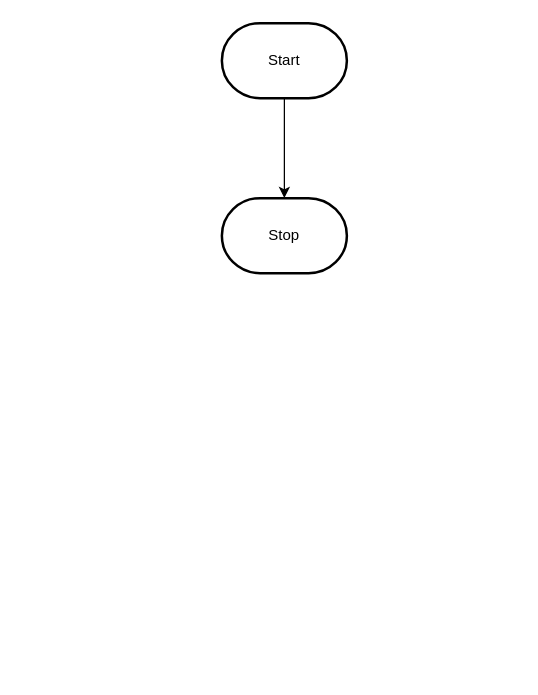
Before: design/flowchart.drawio in MTHS-ICD2O-1-2023/ICD2O-Unit-5-06-pablo-fiallos-granados, a draw.io diagram. Source tidied: cells renumbered, new cells numbered last; positions are measured from the earlier drawing's top-left corner, leaving out a move shared by most shapes. Both pictures are drawn from the tidied source at 125%, with x=0, y=0 at pixel (221, 22).
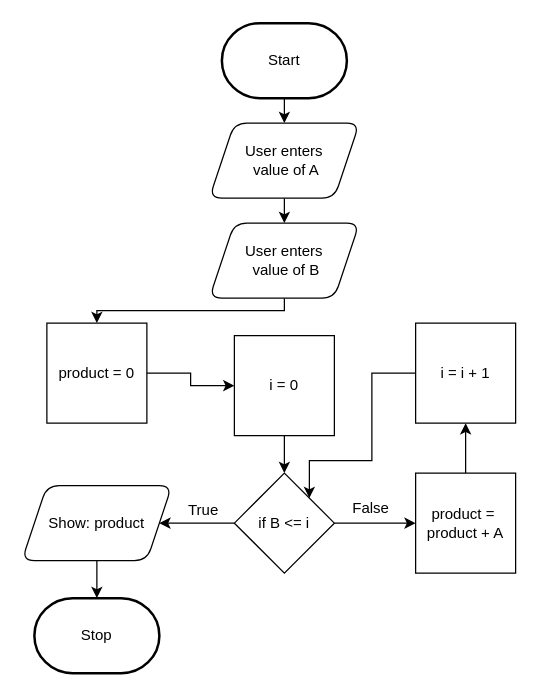
After the change.

Unchanged cells that the change refers to:
```xml
<mxCell id="3" value="Start" style="strokeWidth=2;html=1;shape=mxgraph.flowchart.terminator;whiteSpace=wrap;" parent="1" vertex="1">
  <mxGeometry width="100" height="60" as="geometry" />
</mxCell>
```

What changed in the source:
```diff
@@
-    <mxCell id="2" style="edgeStyle=orthogonalEdgeStyle;html=1;rounded=0;" parent="1" edge="1" source="3" target="4">
+    <mxCell id="2" style="edgeStyle=orthogonalEdgeStyle;html=1;rounded=0;entryX=0.5;entryY=0;entryDx=0;entryDy=0;" parent="1" edge="1" source="3" target="6">
       <mxGeometry relative="1" as="geometry" />
     </mxCell>
@@
     <mxCell id="4" value="Stop" style="strokeWidth=2;html=1;shape=mxgraph.flowchart.terminator;whiteSpace=wrap;" parent="1" vertex="1">
-      <mxGeometry y="140" width="100" height="60" as="geometry" />
+      <mxGeometry x="-150" y="460" width="100" height="60" as="geometry" />
     </mxCell>
+    <mxCell id="5" style="edgeStyle=none;html=1;exitX=0.5;exitY=1;exitDx=0;exitDy=0;entryX=0.5;entryY=0;entryDx=0;entryDy=0;" parent="1" edge="1" source="6" target="8">
+      <mxGeometry relative="1" as="geometry" />
+    </mxCell>
+    <mxCell id="6" value="User enters&lt;br&gt;&amp;nbsp;value of A" style="shape=parallelogram;perimeter=parallelogramPerimeter;whiteSpace=wrap;html=1;fixedSize=1;rounded=1;" parent="1" vertex="1">
+      <mxGeometry x="-10" y="80" width="120" height="60" as="geometry" />
+    </mxCell>
+    <mxCell id="7" style="edgeStyle=orthogonalEdgeStyle;html=1;exitX=0.5;exitY=1;exitDx=0;exitDy=0;entryX=0.5;entryY=0;entryDx=0;entryDy=0;rounded=0;" parent="1" edge="1" source="8" target="18">
+      <mxGeometry relative="1" as="geometry" />
+    </mxCell>
+    <mxCell id="8" value="User enters&lt;br&gt;&amp;nbsp;value of B" style="shape=parallelogram;perimeter=parallelogramPerimeter;whiteSpace=wrap;html=1;fixedSize=1;rounded=1;" parent="1" vertex="1">
+      <mxGeometry x="-10" y="160" width="120" height="60" as="geometry" />
+    </mxCell>
+    <mxCell id="9" style="edgeStyle=none;html=1;exitX=0.5;exitY=1;exitDx=0;exitDy=0;" parent="1" edge="1" source="10" target="13">
+      <mxGeometry relative="1" as="geometry" />
+    </mxCell>
+    <mxCell id="10" value="i = 0" style="whiteSpace=wrap;html=1;rounded=0;" parent="1" vertex="1">
+      <mxGeometry x="10" y="250" width="80" height="80" as="geometry" />
+    </mxCell>
+    <mxCell id="11" style="edgeStyle=none;html=1;exitX=1;exitY=0.5;exitDx=0;exitDy=0;entryX=0;entryY=0.5;entryDx=0;entryDy=0;" parent="1" edge="1" source="13" target="16">
+      <mxGeometry relative="1" as="geometry" />
+    </mxCell>
+    <mxCell id="12" style="edgeStyle=orthogonalEdgeStyle;rounded=0;html=1;exitX=0;exitY=0.5;exitDx=0;exitDy=0;entryX=1;entryY=0.5;entryDx=0;entryDy=0;" parent="1" edge="1" source="13" target="23">
+      <mxGeometry relative="1" as="geometry" />
+    </mxCell>
+    <mxCell id="13" value="if B &amp;lt;= i" style="rhombus;whiteSpace=wrap;html=1;rounded=0;" parent="1" vertex="1">
+      <mxGeometry x="10" y="360" width="80" height="80" as="geometry" />
+    </mxCell>
+    <mxCell id="14" value="False" style="text;html=1;align=center;verticalAlign=middle;strokeColor=none;fillColor=none;" parent="1" vertex="1">
+      <mxGeometry x="94" y="373" width="50" height="30" as="geometry" />
+    </mxCell>
+    <mxCell id="15" style="edgeStyle=orthogonalEdgeStyle;rounded=0;html=1;exitX=0.5;exitY=0;exitDx=0;exitDy=0;entryX=0.5;entryY=1;entryDx=0;entryDy=0;" parent="1" edge="1" source="16" target="20">
+      <mxGeometry relative="1" as="geometry">
+        <Array as="points">
+          <mxPoint x="195" y="340" />
+          <mxPoint x="195" y="340" />
+        </Array>
+      </mxGeometry>
+    </mxCell>
+    <mxCell id="16" value="product =&amp;nbsp;&lt;br&gt;product + A" style="whiteSpace=wrap;html=1;rounded=0;" parent="1" vertex="1">
+      <mxGeometry x="155" y="360" width="80" height="80" as="geometry" />
+    </mxCell>
+    <mxCell id="17" style="edgeStyle=orthogonalEdgeStyle;rounded=0;html=1;exitX=1;exitY=0.5;exitDx=0;exitDy=0;entryX=0;entryY=0.5;entryDx=0;entryDy=0;" parent="1" edge="1" source="18" target="10">
+      <mxGeometry relative="1" as="geometry" />
+    </mxCell>
+    <mxCell id="18" value="product = 0" style="whiteSpace=wrap;html=1;rounded=0;" parent="1" vertex="1">
+      <mxGeometry x="-140" y="240" width="80" height="80" as="geometry" />
+    </mxCell>
+    <mxCell id="19" style="edgeStyle=orthogonalEdgeStyle;rounded=0;html=1;exitX=0;exitY=0.5;exitDx=0;exitDy=0;entryX=1;entryY=0;entryDx=0;entryDy=0;" parent="1" edge="1" source="20" target="13">
+      <mxGeometry relative="1" as="geometry">
+        <Array as="points">
+          <mxPoint x="120" y="280" />
+          <mxPoint x="120" y="350" />
+          <mxPoint x="70" y="350" />
+        </Array>
+      </mxGeometry>
+    </mxCell>
+    <mxCell id="20" value="i = i + 1" style="whiteSpace=wrap;html=1;rounded=0;" parent="1" vertex="1">
+      <mxGeometry x="155" y="240" width="80" height="80" as="geometry" />
+    </mxCell>
+    <mxCell id="21" value="True" style="text;html=1;align=center;verticalAlign=middle;strokeColor=none;fillColor=none;" parent="1" vertex="1">
+      <mxGeometry x="-40" y="375" width="50" height="30" as="geometry" />
+    </mxCell>
+    <mxCell id="22" style="edgeStyle=orthogonalEdgeStyle;rounded=0;html=1;exitX=0.5;exitY=1;exitDx=0;exitDy=0;entryX=0.5;entryY=0;entryDx=0;entryDy=0;entryPerimeter=0;" parent="1" edge="1" source="23" target="4">
+      <mxGeometry relative="1" as="geometry" />
+    </mxCell>
+    <mxCell id="23" value="Show: product" style="shape=parallelogram;perimeter=parallelogramPerimeter;whiteSpace=wrap;html=1;fixedSize=1;rounded=1;" parent="1" vertex="1">
+      <mxGeometry x="-160" y="370" width="120" height="60" as="geometry" />
+    </mxCell>
```
